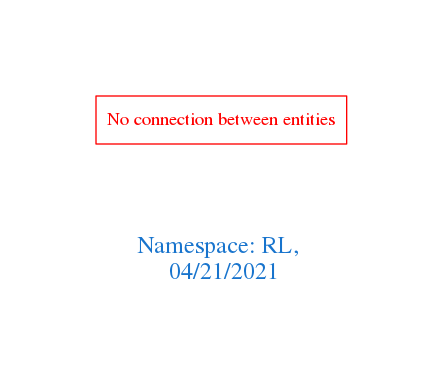
The Graphviz diagram downloads/RL.png in arago/OGIT, before a commit. Its source is kept beside it as downloads/RL.dot.
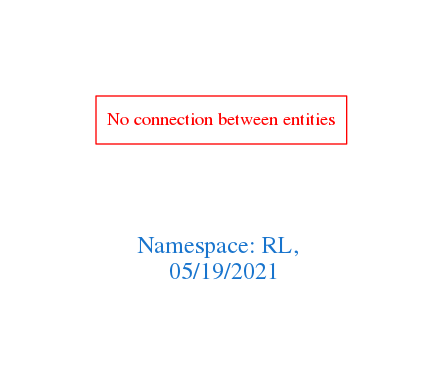
After the commit.

The edit, as a diff of the source:
```diff
@@ -1,7 +1,7 @@
 digraph OGIT_ontology {
  graph [ rankdir= LR,pad=1
 fontsize = 18,
-fontcolor= dodgerblue3,label = "\n\n\nNamespace: RL, \n 04/21/2021"];
+fontcolor= dodgerblue3,label = "\n\n\nNamespace: RL, \n 05/19/2021"];
 node[shape=polygon];
 edge [  color="gray81"];
 
```
